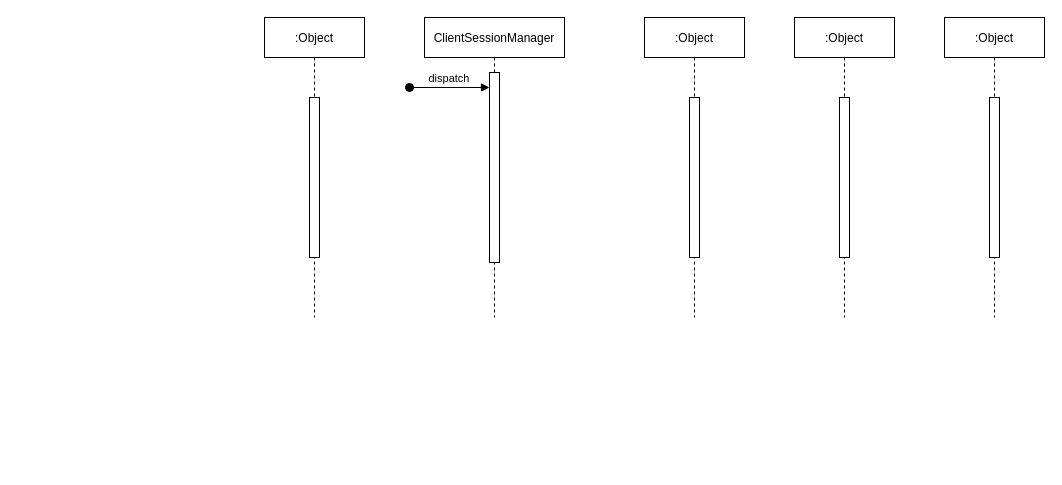
This is Documentation/Diagrams/DrawIO/SeqDiag_LevelLoader.drawio from xrchisense/xrevent-client-unity, a draw.io file, before an edit. Source tidied: cells renumbered, new cells numbered last; positions are measured from the earlier drawing's top-left corner, leaving out a move shared by most shapes. Both pictures are drawn from the tidied source at 100%, with x=0, y=0 at pixel (264, 17).
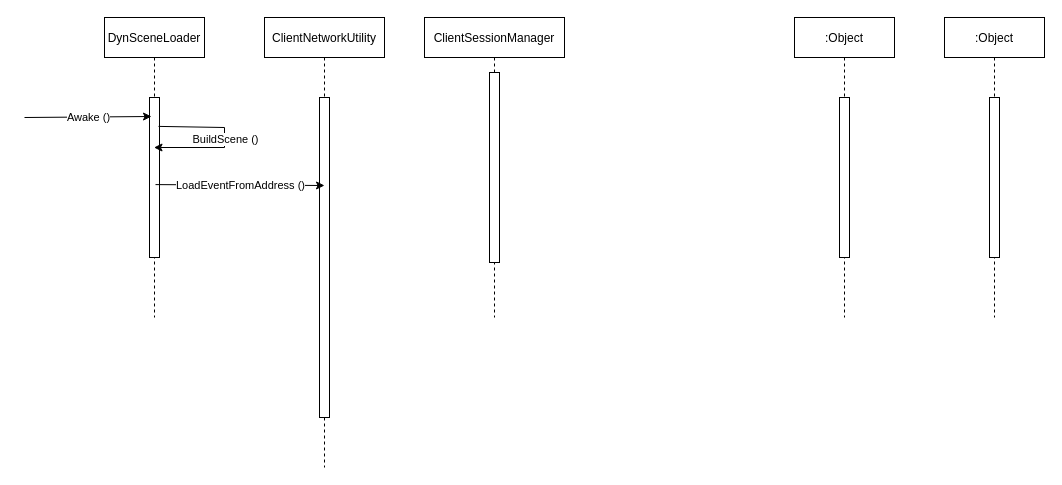
The same page after the edit.

The change refers to these unchanged cells:
```xml
<mxCell id="2" value="ClientSessionManager" style="shape=umlLifeline;perimeter=lifelinePerimeter;rounded=0;shadow=0;strokeWidth=1;" parent="1" vertex="1">
  <mxGeometry x="160" width="140" height="300" as="geometry" />
</mxCell>
<mxCell id="3" style="points=[];perimeter=orthogonalPerimeter;rounded=0;shadow=0;strokeWidth=1;" parent="2" vertex="1">
  <mxGeometry x="65" y="55" width="10" height="190" as="geometry" />
</mxCell>
```

What changed in the source:
```diff
@@
-    <mxCell id="4" value="dispatch" style="verticalAlign=bottom;startArrow=oval;endArrow=block;startSize=8;shadow=0;strokeWidth=1;" parent="2" edge="1" target="3">
-      <mxGeometry relative="1" as="geometry">
-        <mxPoint x="-15" y="70" as="sourcePoint" />
-      </mxGeometry>
-    </mxCell>
-    <mxCell id="5" value=":Object" style="shape=umlLifeline;perimeter=lifelinePerimeter;rounded=0;shadow=0;strokeWidth=1;" parent="1" vertex="1">
-      <mxGeometry width="100" height="300" as="geometry" />
+    <mxCell id="5" value="ClientNetworkUtility" style="shape=umlLifeline;perimeter=lifelinePerimeter;rounded=0;shadow=0;strokeWidth=1;" parent="1" vertex="1">
+      <mxGeometry width="120" height="450" as="geometry" />
     </mxCell>
     <mxCell id="6" style="points=[];perimeter=orthogonalPerimeter;rounded=0;shadow=0;strokeWidth=1;" parent="5" vertex="1">
-      <mxGeometry x="45" y="80" width="10" height="160" as="geometry" />
+      <mxGeometry x="55" y="80" width="10" height="320" as="geometry" />
     </mxCell>
-    <mxCell id="7" value=":Object" style="shape=umlLifeline;perimeter=lifelinePerimeter;rounded=0;shadow=0;strokeWidth=1;" parent="1" vertex="1">
-      <mxGeometry x="380" width="100" height="300" as="geometry" />
+    <mxCell id="7" value="DynSceneLoader" style="shape=umlLifeline;perimeter=lifelinePerimeter;rounded=0;shadow=0;strokeWidth=1;" parent="1" vertex="1">
+      <mxGeometry x="-160" width="100" height="300" as="geometry" />
     </mxCell>
@@
+    <mxCell id="13" style="endArrow=classic;html=1;rounded=0;entryX=0.47;entryY=0.33;entryDx=0;entryDy=0;entryPerimeter=0;" parent="1" edge="1" target="7">
+      <mxGeometry relative="1" as="geometry">
+        <mxPoint x="-240" y="100" as="sourcePoint" />
+      </mxGeometry>
+    </mxCell>
+    <mxCell id="14" value="Awake ()" style="edgeLabel;html=1;align=center;verticalAlign=middle;" parent="13" vertex="1">
+      <mxGeometry relative="1" as="geometry" />
+    </mxCell>
+    <mxCell id="15" style="endArrow=classic;html=1;rounded=0;exitX=0.54;exitY=0.363;exitDx=0;exitDy=0;exitPerimeter=0;" parent="1" edge="1" source="7" target="7">
+      <mxGeometry relative="1" as="geometry">
+        <Array as="points">
+          <mxPoint x="-40" y="110" />
+          <mxPoint x="-40" y="130" />
+        </Array>
+      </mxGeometry>
+    </mxCell>
+    <mxCell id="16" value="BuildScene ()" style="edgeLabel;html=1;align=center;verticalAlign=middle;" parent="15" vertex="1">
+      <mxGeometry relative="1" as="geometry" />
+    </mxCell>
+    <mxCell id="17" style="endArrow=classic;html=1;rounded=0;entryX=0.5;entryY=0.275;entryDx=0;entryDy=0;entryPerimeter=0;exitX=0.51;exitY=0.557;exitDx=0;exitDy=0;exitPerimeter=0;" parent="1" edge="1" source="7" target="6">
+      <mxGeometry relative="1" as="geometry" />
+    </mxCell>
+    <mxCell id="18" value="LoadEventFromAddress ()" style="edgeLabel;html=1;align=center;verticalAlign=middle;" parent="17" vertex="1">
+      <mxGeometry relative="1" as="geometry" />
+    </mxCell>
```
